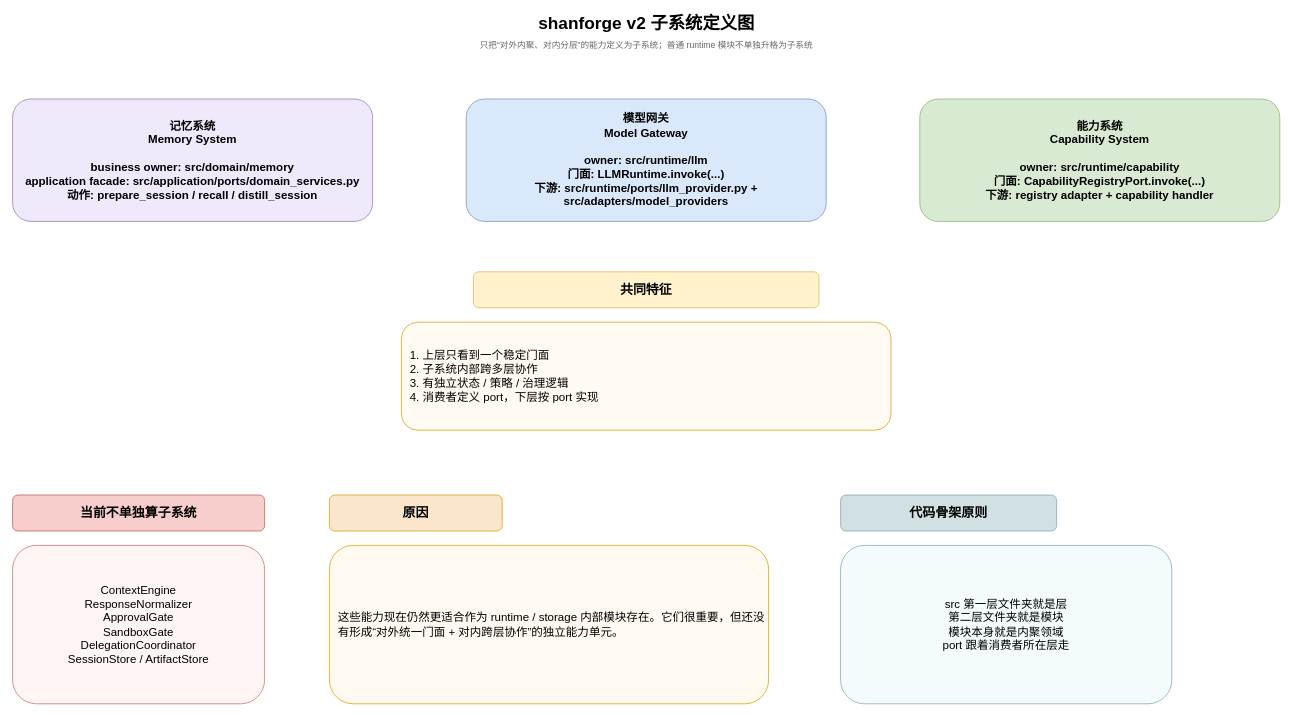
Earlier version of the draw.io diagram docs/04-project-development/04-design/assets/v2-architecture-pages/08-子系统定义图.drawio (uroborus2s/shanforge). Source tidied: cells renumbered, new cells numbered last; positions are measured from the earlier drawing's top-left corner, leaving out a move shared by most shapes. Both pictures are drawn from the tidied source at 72%, with x=0, y=0 at pixel (12, 12).
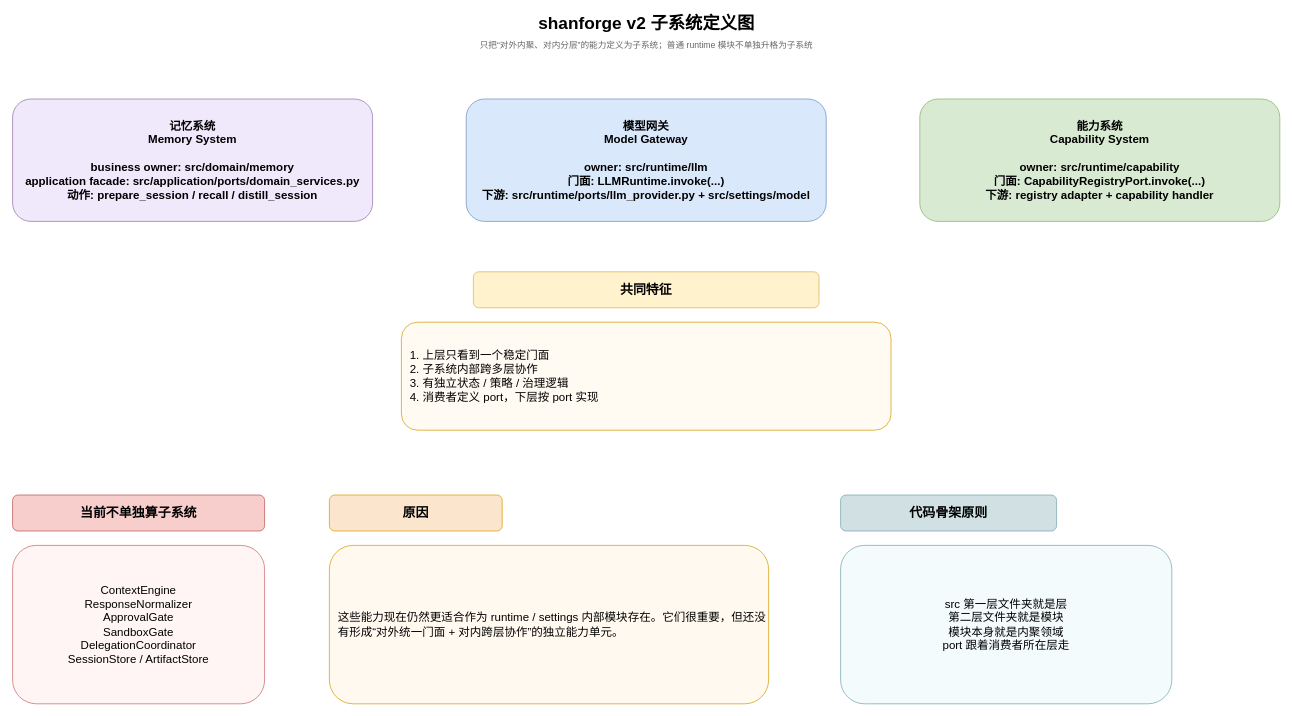
The same page after the edit.

Change to the diagram source:
```diff
@@
 <mxGraphModel>
   <root>
     <mxCell id="0" />
     <mxCell id="1" parent="0" />
     <mxCell id="2" value="shanforge v2 子系统定义图" style="text;html=1;strokeColor=none;fillColor=none;align=center;verticalAlign=middle;fontSize=24;fontStyle=1;" parent="1" vertex="1">
       <mxGeometry x="520" width="720" height="30" as="geometry" />
     </mxCell>
     <mxCell id="3" value="只把“对外内聚、对内分层”的能力定义为子系统；普通 runtime 模块不单独升格为子系统" style="text;html=1;strokeColor=none;fillColor=none;align=center;verticalAlign=middle;fontSize=12;fontColor=#666666;" parent="1" vertex="1">
       <mxGeometry x="300" y="35" width="1160" height="20" as="geometry" />
     </mxCell>
     <mxCell id="4" value="记忆系统&lt;br/&gt;Memory System&lt;br/&gt;&lt;br/&gt;business owner: src/domain/memory&lt;br/&gt;application facade: src/application/ports/domain_services.py&lt;br/&gt;动作: prepare_session / recall / distill_session" style="rounded=1;whiteSpace=wrap;html=1;fillColor=#efe9fb;strokeColor=#9673a6;fontSize=16;fontStyle=1;" parent="1" vertex="1">
       <mxGeometry y="120" width="500" height="170" as="geometry" />
     </mxCell>
-    <mxCell id="5" value="模型网关&lt;br/&gt;Model Gateway&lt;br/&gt;&lt;br/&gt;owner: src/runtime/llm&lt;br/&gt;门面: LLMRuntime.invoke(...)&lt;br/&gt;下游: src/runtime/ports/llm_provider.py + src/adapters/model_providers" style="rounded=1;whiteSpace=wrap;html=1;fillColor=#dae8fc;strokeColor=#6c8ebf;fontSize=16;fontStyle=1;" parent="1" vertex="1">
+    <mxCell id="5" value="模型网关&lt;br/&gt;Model Gateway&lt;br/&gt;&lt;br/&gt;owner: src/runtime/llm&lt;br/&gt;门面: LLMRuntime.invoke(...)&lt;br/&gt;下游: src/runtime/ports/llm_provider.py + src/settings/model" style="rounded=1;whiteSpace=wrap;html=1;fillColor=#dae8fc;strokeColor=#6c8ebf;fontSize=16;fontStyle=1;" parent="1" vertex="1">
       <mxGeometry x="630" y="120" width="500" height="170" as="geometry" />
     </mxCell>
     <mxCell id="6" value="能力系统&lt;br/&gt;Capability System&lt;br/&gt;&lt;br/&gt;owner: src/runtime/capability&lt;br/&gt;门面: CapabilityRegistryPort.invoke(...)&lt;br/&gt;下游: registry adapter + capability handler" style="rounded=1;whiteSpace=wrap;html=1;fillColor=#d9ead3;strokeColor=#82b366;fontSize=16;fontStyle=1;" parent="1" vertex="1">
       <mxGeometry x="1260" y="120" width="500" height="170" as="geometry" />
     </mxCell>
     <mxCell id="7" value="共同特征" style="rounded=1;whiteSpace=wrap;html=1;fillColor=#fff2cc;strokeColor=#d6b656;fontSize=18;fontStyle=1;" parent="1" vertex="1">
       <mxGeometry x="640" y="360" width="480" height="50" as="geometry" />
     </mxCell>
     <mxCell id="8" value="1. 上层只看到一个稳定门面&lt;br/&gt;2. 子系统内部跨多层协作&lt;br/&gt;3. 有独立状态 / 策略 / 治理逻辑&lt;br/&gt;4. 消费者定义 port，下层按 port 实现" style="rounded=1;whiteSpace=wrap;html=1;fillColor=#fffaf2;strokeColor=#d79b00;fontSize=16;align=left;spacingLeft=10;" parent="1" vertex="1">
       <mxGeometry x="540" y="430" width="680" height="150" as="geometry" />
     </mxCell>
     <mxCell id="9" value="当前不单独算子系统" style="rounded=1;whiteSpace=wrap;html=1;fillColor=#f8cecc;strokeColor=#b85450;fontSize=18;fontStyle=1;" parent="1" vertex="1">
       <mxGeometry y="670" width="350" height="50" as="geometry" />
     </mxCell>
     <mxCell id="10" value="ContextEngine&lt;br/&gt;ResponseNormalizer&lt;br/&gt;ApprovalGate&lt;br/&gt;SandboxGate&lt;br/&gt;DelegationCoordinator&lt;br/&gt;SessionStore / ArtifactStore" style="rounded=1;whiteSpace=wrap;html=1;fillColor=#fff5f5;strokeColor=#cc6666;fontSize=16;" parent="1" vertex="1">
       <mxGeometry y="740" width="350" height="220" as="geometry" />
     </mxCell>
     <mxCell id="11" value="原因" style="rounded=1;whiteSpace=wrap;html=1;fillColor=#fce5cd;strokeColor=#d79b00;fontSize=18;fontStyle=1;" parent="1" vertex="1">
       <mxGeometry x="440" y="670" width="240" height="50" as="geometry" />
     </mxCell>
-    <mxCell id="12" value="这些能力现在仍然更适合作为 runtime / storage 内部模块存在。它们很重要，但还没有形成“对外统一门面 + 对内跨层协作”的独立能力单元。" style="rounded=1;whiteSpace=wrap;html=1;fillColor=#fff9f0;strokeColor=#d79b00;fontSize=16;align=left;spacingLeft=10;" parent="1" vertex="1">
+    <mxCell id="12" value="这些能力现在仍然更适合作为 runtime / settings 内部模块存在。它们很重要，但还没有形成“对外统一门面 + 对内跨层协作”的独立能力单元。" style="rounded=1;whiteSpace=wrap;html=1;fillColor=#fff9f0;strokeColor=#d79b00;fontSize=16;align=left;spacingLeft=10;" parent="1" vertex="1">
       <mxGeometry x="440" y="740" width="610" height="220" as="geometry" />
     </mxCell>
     <mxCell id="13" value="代码骨架原则" style="rounded=1;whiteSpace=wrap;html=1;fillColor=#d0e0e3;strokeColor=#76a5af;fontSize=18;fontStyle=1;" parent="1" vertex="1">
       <mxGeometry x="1150" y="670" width="300" height="50" as="geometry" />
     </mxCell>
     <mxCell id="14" value="src 第一层文件夹就是层&lt;br/&gt;第二层文件夹就是模块&lt;br/&gt;模块本身就是内聚领域&lt;br/&gt;port 跟着消费者所在层走" style="rounded=1;whiteSpace=wrap;html=1;fillColor=#f4fbfc;strokeColor=#76a5af;fontSize=16;" parent="1" vertex="1">
       <mxGeometry x="1150" y="740" width="460" height="220" as="geometry" />
     </mxCell>
   </root>
 </mxGraphModel>
```
